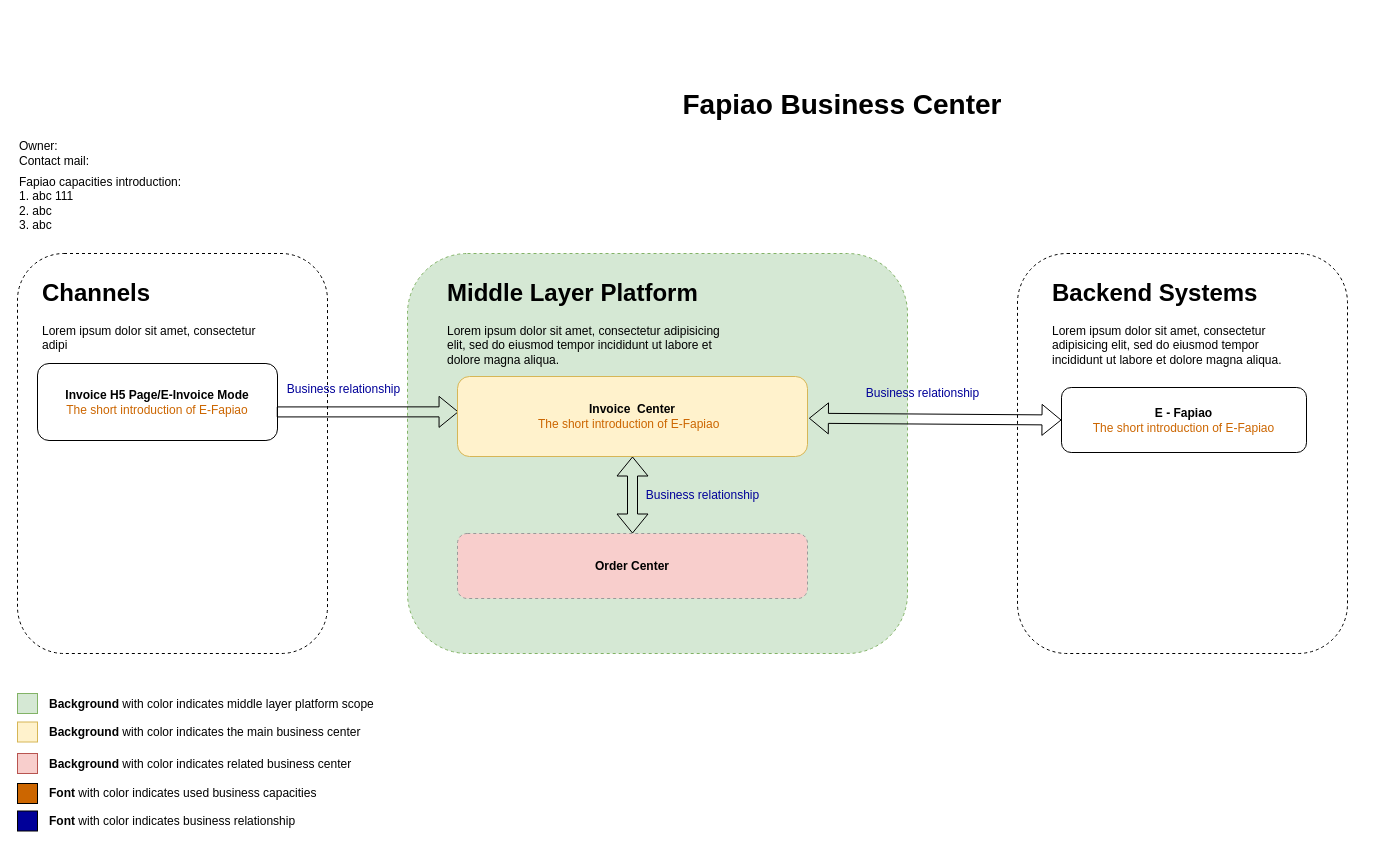
Before: page "B - Fapiao" (4 of 4) of Mid Layer Platform Order Business Flow Arch.drawio in sotheair/designs, a draw.io diagram. Source tidied: cells renumbered, new cells numbered last; positions are measured from the earlier drawing's top-left corner, leaving out a move shared by most shapes. Both pictures are drawn from the tidied source at 100%, with x=0, y=0 at pixel (17, 73).
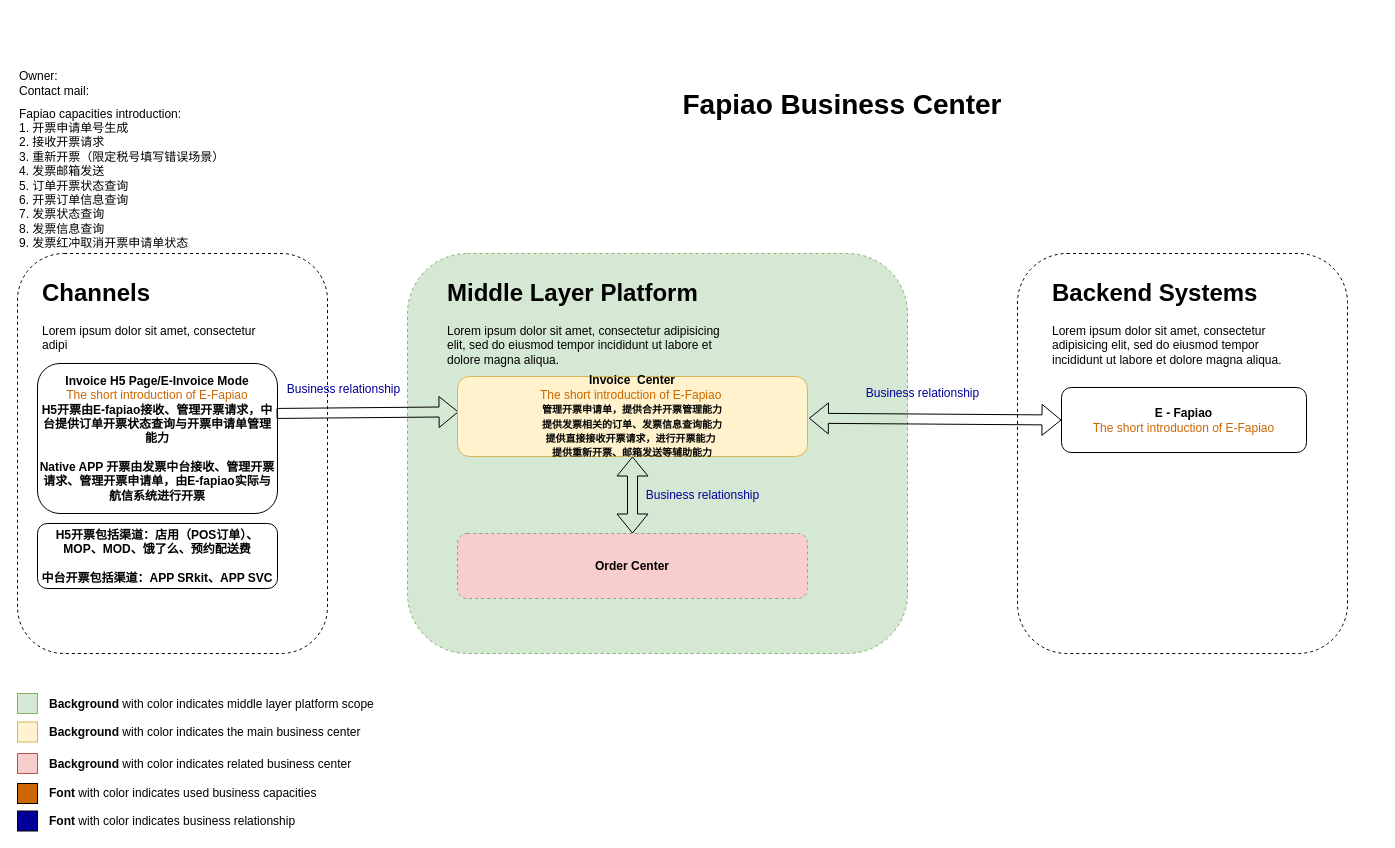
Above is the later version.

The edit, as a diff of the source:
```diff
@@
-    <mxCell id="3" value="&lt;b&gt;Invoice H5 Page/E-Invoice Mode&lt;br&gt;&lt;/b&gt;&lt;span style=&quot;color: rgb(204 , 102 , 0)&quot;&gt;The short introduction of E-Fapiao&lt;/span&gt;&lt;b&gt;&lt;br&gt;&lt;/b&gt;" style="rounded=1;whiteSpace=wrap;html=1;fillColor=none;strokeColor=#000000;" parent="1" vertex="1">
-      <mxGeometry x="20" y="290" width="240" height="77" as="geometry" />
+    <mxCell id="3" value="&lt;b&gt;Invoice H5 Page/E-Invoice Mode&lt;br&gt;&lt;/b&gt;&lt;span style=&quot;color: rgb(204 , 102 , 0)&quot;&gt;The short introduction of E-Fapiao&lt;br&gt;&lt;/span&gt;&lt;b&gt;H5开票由E-fapiao接收、管理开票请求，中台提供订单开票状态查询与开票申请单管理能力&lt;br&gt;&lt;br&gt;Native APP 开票由发票中台&lt;/b&gt;&lt;b&gt;接收、管理开票请求、管理开票申请单，由E-fapiao实际与航信系统进行开票&lt;/b&gt;&lt;b&gt;&lt;br&gt;&lt;/b&gt;" style="rounded=1;whiteSpace=wrap;html=1;fillColor=none;strokeColor=#000000;" parent="1" vertex="1">
+      <mxGeometry x="20" y="290" width="240" height="150" as="geometry" />
     </mxCell>
@@
-    <mxCell id="11" style="shape=flexArrow;endArrow=classic;html=1;fontSize=45;exitX=0.997;exitY=0.629;exitDx=0;exitDy=0;exitPerimeter=0;entryX=0.003;entryY=0.442;entryDx=0;entryDy=0;entryPerimeter=0;" parent="1" edge="1" source="3" target="19">
+    <mxCell id="11" style="shape=flexArrow;endArrow=classic;html=1;fontSize=45;entryX=0.003;entryY=0.442;entryDx=0;entryDy=0;entryPerimeter=0;exitX=0.996;exitY=0.333;exitDx=0;exitDy=0;exitPerimeter=0;" parent="1" edge="1" source="3" target="19">
       <mxGeometry relative="1" as="geometry" />
     </mxCell>
@@
     <mxCell id="16" value="Owner:&lt;br&gt;Contact mail:" style="text;html=1;strokeColor=none;fillColor=none;align=left;verticalAlign=middle;whiteSpace=wrap;rounded=0;" parent="1" vertex="1">
-      <mxGeometry y="60" width="225" height="40" as="geometry" />
+      <mxGeometry y="-10" width="225" height="40" as="geometry" />
     </mxCell>
-    <mxCell id="17" value="Fapiao capacities introduction:&lt;br&gt;1. abc 111&lt;br&gt;2. abc&lt;br&gt;3. abc&amp;nbsp;" style="text;html=1;strokeColor=none;fillColor=none;align=left;verticalAlign=middle;whiteSpace=wrap;rounded=0;" parent="1" vertex="1">
-      <mxGeometry y="100" width="695" height="60" as="geometry" />
+    <mxCell id="17" value="Fapiao capacities introduction:&lt;br&gt;1. 开票申请单号生成&lt;br&gt;2. 接收开票请求&lt;br&gt;3. 重新开票（限定税号填写错误场景）&lt;br&gt;4. 发票邮箱发送&lt;br&gt;5. 订单开票状态查询&lt;br&gt;6. 开票订单信息查询&lt;br&gt;7. 发票状态查询&lt;br&gt;8. 发票信息查询&lt;br&gt;9. 发票红冲取消开票申请单状态" style="text;html=1;strokeColor=none;fillColor=none;align=left;verticalAlign=middle;whiteSpace=wrap;rounded=0;" parent="1" vertex="1">
+      <mxGeometry y="30" width="695" height="150" as="geometry" />
     </mxCell>
@@
-    <mxCell id="19" value="&lt;b&gt;Invoice&amp;nbsp; Center&lt;br&gt;&lt;/b&gt;&lt;span style=&quot;color: rgb(204 , 102 , 0)&quot;&gt;The short introduction of E-Fapiao&lt;/span&gt;&lt;b&gt;&amp;nbsp;&amp;nbsp;&lt;/b&gt;" style="rounded=1;whiteSpace=wrap;html=1;fillColor=#fff2cc;strokeColor=#d6b656;" parent="1" vertex="1">
+    <mxCell id="19" value="&lt;b&gt;Invoice&amp;nbsp; Center&lt;br&gt;&lt;/b&gt;&lt;span style=&quot;color: rgb(204 , 102 , 0)&quot;&gt;The short introduction of E-Fapiao&lt;/span&gt;&lt;b style=&quot;font-size: 10px&quot;&gt;&amp;nbsp;&lt;br&gt;管理开票申请单，提供合并开票管理能力&lt;br style=&quot;font-size: 10px&quot;&gt;提供发票相关的订单、发票信息查询能力&lt;br style=&quot;font-size: 10px&quot;&gt;提供直接接收开票请求，进行开票能力&amp;nbsp;&lt;br style=&quot;font-size: 10px&quot;&gt;提供重新开票、邮箱发送等辅助能力&lt;br&gt;&lt;/b&gt;" style="rounded=1;whiteSpace=wrap;html=1;fillColor=#fff2cc;strokeColor=#d6b656;" parent="1" vertex="1">
       <mxGeometry x="440" y="303" width="350" height="80" as="geometry" />
     </mxCell>
@@
+    <mxCell id="31" value="&lt;b&gt;H5开票包括渠道：店用（POS订单）、MOP、MOD、饿了么、预约配送费&lt;br&gt;&lt;br&gt;中台开票包括渠道：APP SRkit、APP SVC&lt;br&gt;&lt;/b&gt;" style="rounded=1;whiteSpace=wrap;html=1;" parent="1" vertex="1">
+      <mxGeometry x="20" y="450" width="240" height="65" as="geometry" />
+    </mxCell>
```
